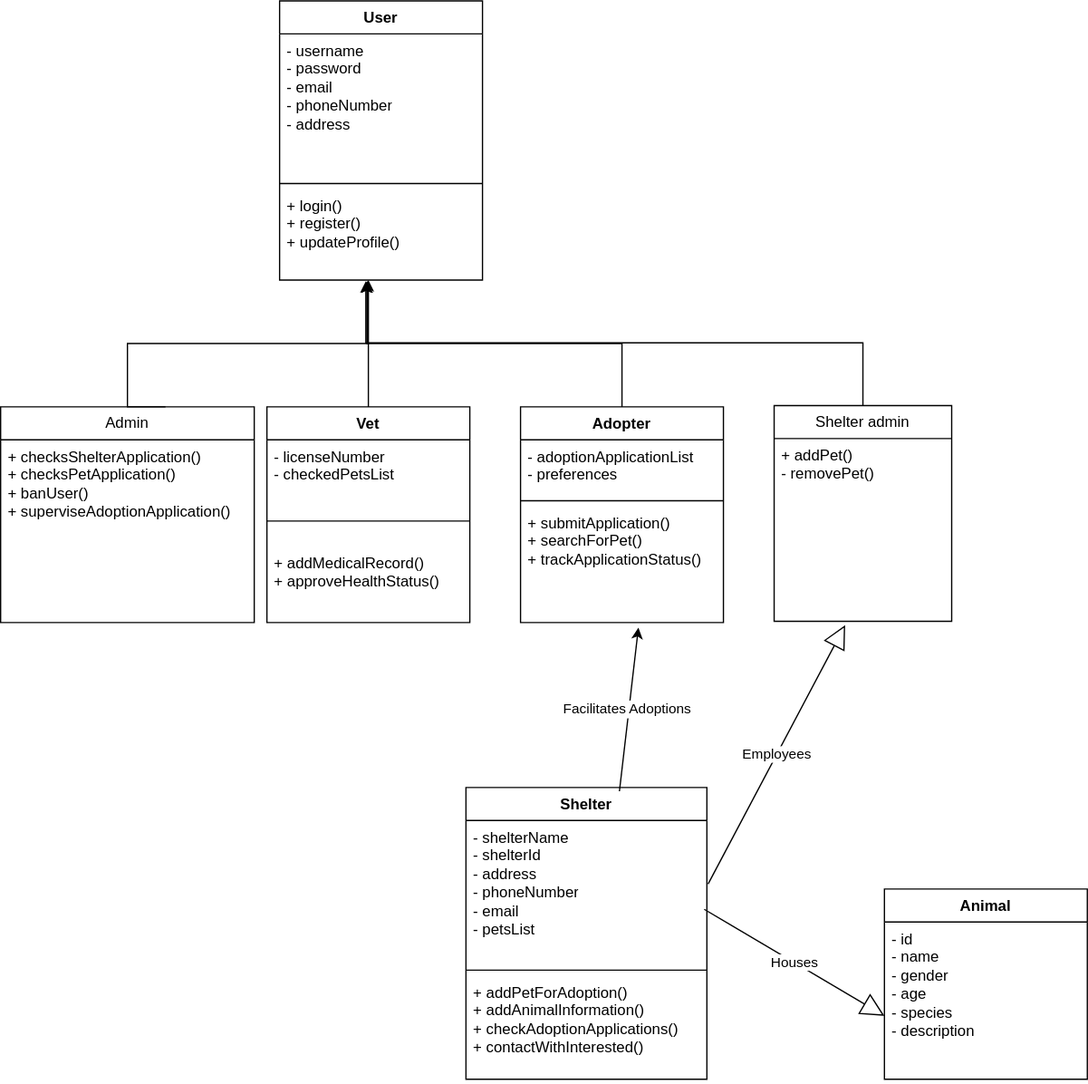
Thomaskald/DistributedSystems keeps this draw.io diagram as ClassDiagram.svg. Above is the earlier version. Source tidied: cells renumbered, new cells last; positions are measured from the earlier drawing's top-left corner, leaving out a move shared by most shapes. Its diagram source:
```xml
<mxGraphModel>
  <root>
    <mxCell id="0" />
    <mxCell id="1" parent="0" />
    <mxCell id="2" value="User" style="swimlane;fontStyle=1;align=center;verticalAlign=top;horizontal=1;startSize=26;whiteSpace=wrap;html=1;" parent="1" vertex="1">
      <mxGeometry x="220" width="160" height="220" as="geometry" />
    </mxCell>
    <mxCell id="3" value="- username&lt;div&gt;- password&lt;/div&gt;&lt;div&gt;- email&lt;/div&gt;&lt;div&gt;- phoneNumber&lt;/div&gt;&lt;div&gt;&lt;span style=&quot;background-color: initial;&quot;&gt;- address&amp;nbsp;&lt;/span&gt;&lt;/div&gt;" style="text;strokeColor=none;fillColor=none;align=left;verticalAlign=top;spacingLeft=4;spacingRight=4;overflow=hidden;whiteSpace=wrap;html=1;" parent="2" vertex="1">
      <mxGeometry y="26" width="160" height="114" as="geometry" />
    </mxCell>
    <mxCell id="4" style="line;strokeWidth=1;fillColor=none;align=left;verticalAlign=middle;spacingTop=-1;spacingLeft=3;spacingRight=3;labelPosition=right;strokeColor=inherit;" parent="2" vertex="1">
      <mxGeometry y="140" width="160" height="8" as="geometry" />
    </mxCell>
    <mxCell id="5" value="+ login()&lt;div&gt;+ register()&lt;/div&gt;&lt;div&gt;+ updateProfile()&lt;/div&gt;" style="text;strokeColor=none;fillColor=none;align=left;verticalAlign=top;spacingLeft=4;spacingRight=4;overflow=hidden;points=[[0,0.5],[1,0.5]];portConstraint=eastwest;whiteSpace=wrap;html=1;" parent="2" vertex="1">
      <mxGeometry y="148" width="160" height="72" as="geometry" />
    </mxCell>
    <mxCell id="6" style="edgeStyle=orthogonalEdgeStyle;rounded=0;orthogonalLoop=1;jettySize=auto;html=1;exitX=0.5;exitY=0;exitDx=0;exitDy=0;" parent="1" edge="1">
      <mxGeometry relative="1" as="geometry">
        <mxPoint x="130" y="320" as="sourcePoint" />
        <mxPoint x="290" y="220" as="targetPoint" />
        <Array as="points">
          <mxPoint x="100" y="320" />
          <mxPoint x="100" y="270" />
          <mxPoint x="290" y="270" />
        </Array>
      </mxGeometry>
    </mxCell>
    <mxCell id="7" value="Admin" style="swimlane;fontStyle=0;horizontal=1;startSize=26;fillColor=none;whiteSpace=wrap;html=1;" parent="1" vertex="1">
      <mxGeometry y="320" width="200" height="170" as="geometry" />
    </mxCell>
    <mxCell id="8" value="+ checksShelterApplication()&lt;div&gt;+ checksPetApplication()&lt;/div&gt;&lt;div&gt;+ banUser()&lt;/div&gt;&lt;div&gt;+ superviseAdoptionApplication()&amp;nbsp;&lt;/div&gt;" style="text;strokeColor=none;fillColor=none;align=left;verticalAlign=top;spacingLeft=4;spacingRight=4;overflow=hidden;whiteSpace=wrap;html=1;" parent="7" vertex="1">
      <mxGeometry y="26" width="200" height="144" as="geometry" />
    </mxCell>
    <mxCell id="9" value="Vet" style="swimlane;fontStyle=1;align=center;verticalAlign=top;horizontal=1;startSize=26;whiteSpace=wrap;html=1;" parent="1" vertex="1">
      <mxGeometry x="210" y="320" width="160" height="170" as="geometry" />
    </mxCell>
    <mxCell id="10" value="- licenseNumber&lt;div&gt;- checkedPetsList&lt;/div&gt;" style="text;strokeColor=none;fillColor=none;align=left;verticalAlign=top;spacingLeft=4;spacingRight=4;overflow=hidden;whiteSpace=wrap;html=1;" parent="9" vertex="1">
      <mxGeometry y="26" width="160" height="44" as="geometry" />
    </mxCell>
    <mxCell id="11" style="line;strokeWidth=1;fillColor=none;align=left;verticalAlign=middle;spacingTop=-1;spacingLeft=3;spacingRight=3;labelPosition=right;strokeColor=inherit;" parent="9" vertex="1">
      <mxGeometry y="70" width="160" height="40" as="geometry" />
    </mxCell>
    <mxCell id="12" value="&lt;div&gt;+ addMedicalRecord()&lt;/div&gt;+ approveHealthStatus()&lt;div&gt;&lt;br&gt;&lt;div&gt;&lt;br&gt;&lt;/div&gt;&lt;/div&gt;" style="text;strokeColor=none;fillColor=none;align=left;verticalAlign=top;spacingLeft=4;spacingRight=4;overflow=hidden;whiteSpace=wrap;html=1;" parent="9" vertex="1">
      <mxGeometry y="110" width="160" height="60" as="geometry" />
    </mxCell>
    <mxCell id="13" style="edgeStyle=orthogonalEdgeStyle;rounded=0;jettySize=auto;html=1;entryX=0.431;entryY=1.014;entryDx=0;entryDy=0;entryPerimeter=0;" parent="1" edge="1" source="9" target="5">
      <mxGeometry relative="1" as="geometry" />
    </mxCell>
    <mxCell id="14" value="Adopter" style="swimlane;fontStyle=1;align=center;verticalAlign=top;horizontal=1;startSize=26;whiteSpace=wrap;html=1;" parent="1" vertex="1">
      <mxGeometry x="410" y="320" width="160" height="170" as="geometry" />
    </mxCell>
    <mxCell id="15" value="- adoptionApplicationList&lt;div&gt;- preferences&lt;/div&gt;" style="text;strokeColor=none;fillColor=none;align=left;verticalAlign=top;spacingLeft=4;spacingRight=4;overflow=hidden;whiteSpace=wrap;html=1;" parent="14" vertex="1">
      <mxGeometry y="26" width="160" height="44" as="geometry" />
    </mxCell>
    <mxCell id="16" style="line;strokeWidth=1;fillColor=none;align=left;verticalAlign=middle;spacingTop=-1;spacingLeft=3;spacingRight=3;labelPosition=right;strokeColor=inherit;" parent="14" vertex="1">
      <mxGeometry y="70" width="160" height="8" as="geometry" />
    </mxCell>
    <mxCell id="17" value="+ submitApplication()&lt;div&gt;+ searchForPet()&lt;/div&gt;&lt;div&gt;+ trackApplicationStatus()&lt;/div&gt;" style="text;strokeColor=none;fillColor=none;align=left;verticalAlign=top;spacingLeft=4;spacingRight=4;overflow=hidden;points=[[0,0.5],[1,0.5]];portConstraint=eastwest;whiteSpace=wrap;html=1;" parent="14" vertex="1">
      <mxGeometry y="78" width="160" height="92" as="geometry" />
    </mxCell>
    <mxCell id="18" style="edgeStyle=orthogonalEdgeStyle;rounded=0;jettySize=auto;html=1;entryX=0.431;entryY=1.014;entryDx=0;entryDy=0;entryPerimeter=0;" parent="1" edge="1" source="14" target="5">
      <mxGeometry relative="1" as="geometry" />
    </mxCell>
    <mxCell id="19" value="Shelter" style="swimlane;fontStyle=1;align=center;verticalAlign=top;horizontal=1;startSize=26;whiteSpace=wrap;html=1;" parent="1" vertex="1">
      <mxGeometry x="367" y="620" width="190" height="230" as="geometry" />
    </mxCell>
    <mxCell id="20" value="- shelterName&lt;div&gt;- shelterId&lt;/div&gt;&lt;div&gt;- address&lt;/div&gt;&lt;div&gt;- phoneNumber&lt;/div&gt;&lt;div&gt;- email&lt;/div&gt;&lt;div&gt;- petsList&lt;/div&gt;" style="text;strokeColor=none;fillColor=none;align=left;verticalAlign=top;spacingLeft=4;spacingRight=4;overflow=hidden;points=[[0,0.5],[1,0.5]];portConstraint=eastwest;whiteSpace=wrap;html=1;" parent="19" vertex="1">
      <mxGeometry y="26" width="190" height="114" as="geometry" />
    </mxCell>
    <mxCell id="21" style="line;strokeWidth=1;fillColor=none;align=left;verticalAlign=middle;spacingTop=-1;spacingLeft=3;spacingRight=3;labelPosition=right;strokeColor=inherit;" parent="19" vertex="1">
      <mxGeometry y="140" width="190" height="8" as="geometry" />
    </mxCell>
    <mxCell id="22" value="+ addPetForAdoption()&lt;div&gt;+ addAnimalInformation()&lt;/div&gt;&lt;div&gt;+ checkAdoptionApplications()&lt;/div&gt;&lt;div&gt;+ contactWithInterested()&lt;/div&gt;&lt;div&gt;&lt;br&gt;&lt;/div&gt;" style="text;strokeColor=none;fillColor=none;align=left;verticalAlign=top;spacingLeft=4;spacingRight=4;overflow=hidden;whiteSpace=wrap;html=1;" parent="19" vertex="1">
      <mxGeometry y="148" width="190" height="82" as="geometry" />
    </mxCell>
    <mxCell id="23" style="endArrow=classic;html=1;rounded=0;exitX=0.637;exitY=0.013;exitDx=0;exitDy=0;exitPerimeter=0;entryX=0.581;entryY=1.043;entryDx=0;entryDy=0;entryPerimeter=0;" parent="1" edge="1" source="19" target="17">
      <mxGeometry relative="1" as="geometry" />
    </mxCell>
    <mxCell id="24" value="Label" style="edgeLabel;html=1;align=center;verticalAlign=middle;" parent="23" vertex="1">
      <mxGeometry relative="1" as="geometry" />
    </mxCell>
    <mxCell id="25" value="Facilitates Adoptions" style="edgeLabel;html=1;align=center;verticalAlign=middle;" parent="23" vertex="1">
      <mxGeometry x="0.02" y="2" relative="1" as="geometry" />
    </mxCell>
    <mxCell id="26" value="Animal" style="swimlane;fontStyle=1;align=center;verticalAlign=top;horizontal=1;startSize=26;whiteSpace=wrap;html=1;" parent="1" vertex="1">
      <mxGeometry x="697" y="700" width="160" height="150" as="geometry" />
    </mxCell>
    <mxCell id="27" value="- id&amp;nbsp;&lt;div&gt;- name&lt;/div&gt;&lt;div&gt;- gender&lt;/div&gt;&lt;div&gt;- age&lt;/div&gt;&lt;div&gt;- species&lt;/div&gt;&lt;div&gt;- description&lt;/div&gt;" style="text;strokeColor=none;fillColor=none;align=left;verticalAlign=top;spacingLeft=4;spacingRight=4;overflow=hidden;points=[[0,0.5],[1,0.5]];portConstraint=eastwest;whiteSpace=wrap;html=1;" parent="1" vertex="1">
      <mxGeometry x="697" y="726" width="160" height="124" as="geometry" />
    </mxCell>
    <mxCell id="28" value="Houses" style="endArrow=block;endSize=16;endFill=0;html=1;rounded=0;entryX=0;entryY=0.597;entryDx=0;entryDy=0;entryPerimeter=0;exitX=0.989;exitY=0.614;exitDx=0;exitDy=0;exitPerimeter=0;" parent="1" edge="1" source="20" target="27">
      <mxGeometry relative="1" as="geometry" />
    </mxCell>
    <mxCell id="29" value="Shelter admin" style="swimlane;fontStyle=0;horizontal=1;startSize=26;fillColor=none;whiteSpace=wrap;html=1;" parent="1" vertex="1">
      <mxGeometry x="610" y="319" width="140" height="170" as="geometry" />
    </mxCell>
    <mxCell id="30" value="+ addPet()&lt;div&gt;- removePet()&lt;/div&gt;&lt;div&gt;&lt;br&gt;&lt;/div&gt;" style="text;strokeColor=none;fillColor=none;align=left;verticalAlign=top;spacingLeft=4;spacingRight=4;overflow=hidden;points=[[0,0.5],[1,0.5]];portConstraint=eastwest;whiteSpace=wrap;html=1;" parent="29" vertex="1">
      <mxGeometry y="26" width="140" height="144" as="geometry" />
    </mxCell>
    <mxCell id="31" style="edgeStyle=orthogonalEdgeStyle;rounded=0;jettySize=auto;html=1;entryX=0.425;entryY=1.014;entryDx=0;entryDy=0;entryPerimeter=0;" parent="1" edge="1" source="29" target="5">
      <mxGeometry relative="1" as="geometry" />
    </mxCell>
    <mxCell id="32" value="Employees" style="endArrow=block;endSize=16;endFill=0;html=1;rounded=0;exitX=1.005;exitY=0.439;exitDx=0;exitDy=0;exitPerimeter=0;entryX=0.4;entryY=1.021;entryDx=0;entryDy=0;entryPerimeter=0;" parent="1" edge="1" source="20" target="30">
      <mxGeometry relative="1" as="geometry" />
    </mxCell>
  </root>
</mxGraphModel>
```
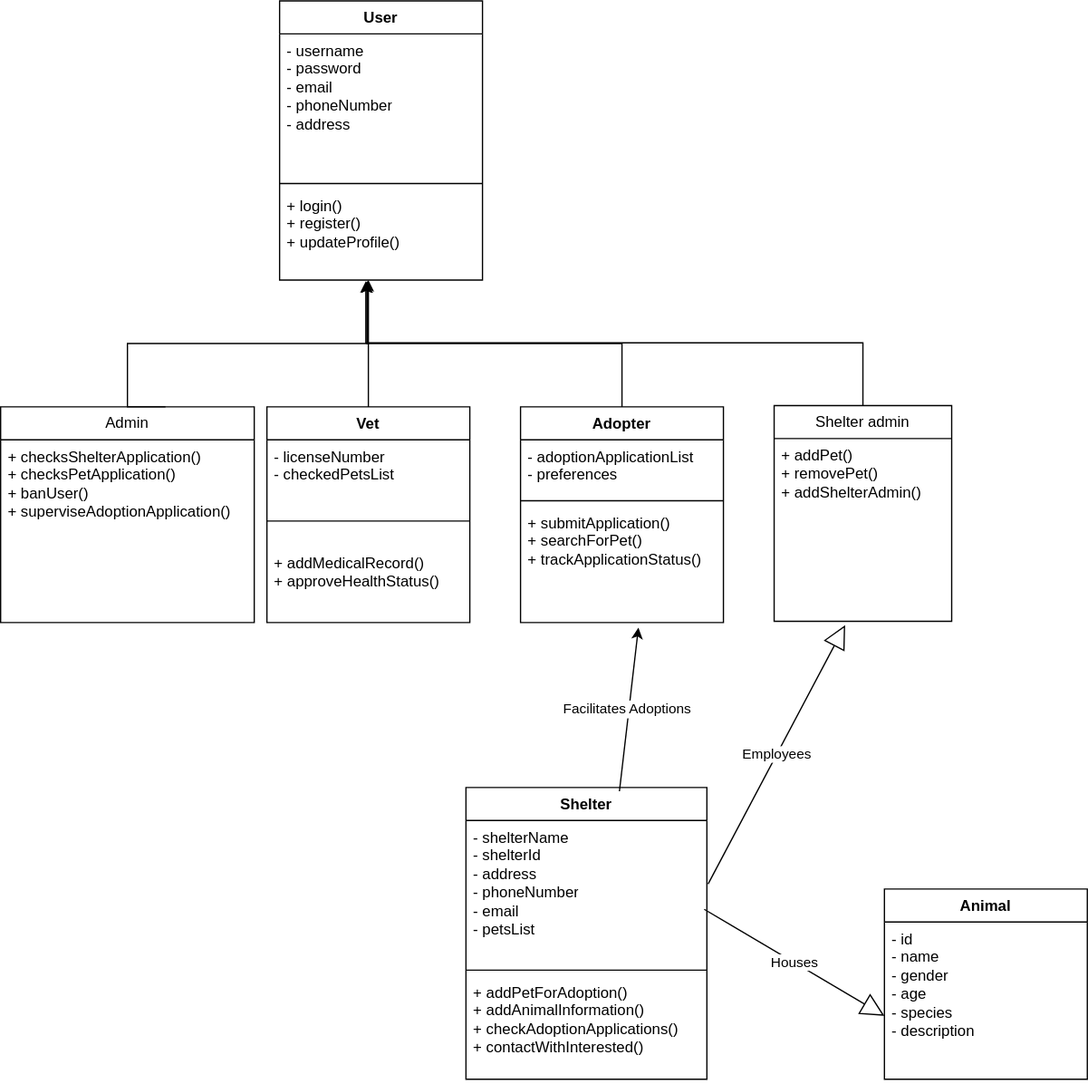
The same diagram one commit later.

Diff of the diagram source:
```diff
@@ -94,7 +94,7 @@
     <mxCell id="29" value="Shelter admin" style="swimlane;fontStyle=0;horizontal=1;startSize=26;fillColor=none;whiteSpace=wrap;html=1;" parent="1" vertex="1">
       <mxGeometry x="610" y="319" width="140" height="170" as="geometry" />
     </mxCell>
-    <mxCell id="30" value="+ addPet()&lt;div&gt;- removePet()&lt;/div&gt;&lt;div&gt;&lt;br&gt;&lt;/div&gt;" style="text;strokeColor=none;fillColor=none;align=left;verticalAlign=top;spacingLeft=4;spacingRight=4;overflow=hidden;points=[[0,0.5],[1,0.5]];portConstraint=eastwest;whiteSpace=wrap;html=1;" parent="29" vertex="1">
+    <mxCell id="30" value="+ addPet()&lt;div&gt;+ removePet()&lt;/div&gt;&lt;div&gt;+ addShelterAdmin()&lt;/div&gt;&lt;div&gt;&lt;br&gt;&lt;/div&gt;" style="text;strokeColor=none;fillColor=none;align=left;verticalAlign=top;spacingLeft=4;spacingRight=4;overflow=hidden;points=[[0,0.5],[1,0.5]];portConstraint=eastwest;whiteSpace=wrap;html=1;" parent="29" vertex="1">
       <mxGeometry y="26" width="140" height="144" as="geometry" />
     </mxCell>
     <mxCell id="31" style="edgeStyle=orthogonalEdgeStyle;rounded=0;jettySize=auto;html=1;entryX=0.425;entryY=1.014;entryDx=0;entryDy=0;entryPerimeter=0;" parent="1" edge="1" source="29" target="5">
```
